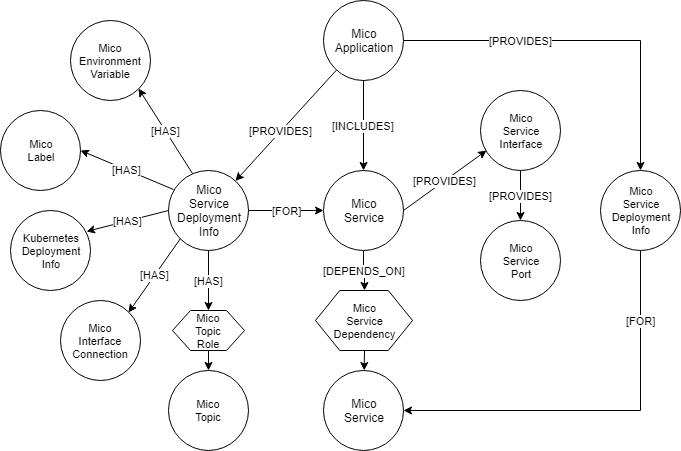
Before: res/MICO-NodesAndRelationships.png, a diagram exported from draw.io (UST-MICO/docs). Source tidied: cells renumbered, new cells last; positions are measured from the earlier drawing's top-left corner, leaving out a move shared by most shapes. Its diagram source:
```xml
<mxGraphModel>
  <root>
    <mxCell id="0" />
    <mxCell id="1" parent="0" />
    <mxCell id="2" value="[PROVIDES]" style="rounded=0;jettySize=auto;html=1;fontSize=11;" parent="1" edge="1" source="3" target="4">
      <mxGeometry x="0.1" y="-1" relative="1" as="geometry">
        <mxPoint y="1" as="offset" />
      </mxGeometry>
    </mxCell>
    <mxCell id="3" value="Mico&lt;br&gt;Application" style="ellipse;whiteSpace=wrap;html=1;" parent="1" vertex="1">
      <mxGeometry x="323" width="80" height="80" as="geometry" />
    </mxCell>
    <mxCell id="4" value="Mico&lt;br&gt;Service&lt;br&gt;Deployment&lt;br&gt;Info&lt;br&gt;" style="ellipse;whiteSpace=wrap;html=1;" parent="1" vertex="1">
      <mxGeometry x="168" y="170" width="80" height="80" as="geometry" />
    </mxCell>
    <mxCell id="5" value="[INCLUDES]&lt;br&gt;" style="endArrow=classic;html=1;entryX=0.5;entryY=0;entryDx=0;entryDy=0;exitX=0.5;exitY=1;exitDx=0;exitDy=0;" parent="1" edge="1" source="3" target="7">
      <mxGeometry relative="1" as="geometry" />
    </mxCell>
    <mxCell id="6" value="&lt;br style=&quot;font-size: 11px&quot;&gt;" style="rounded=0;jettySize=auto;html=1;fontSize=11;exitX=0.5;exitY=1;exitDx=0;exitDy=0;" parent="1" edge="1" source="20" target="8">
      <mxGeometry relative="1" as="geometry" />
    </mxCell>
    <mxCell id="7" value="Mico&lt;br&gt;Service&lt;br&gt;" style="ellipse;whiteSpace=wrap;html=1;" parent="1" vertex="1">
      <mxGeometry x="323" y="170" width="80" height="80" as="geometry" />
    </mxCell>
    <mxCell id="8" value="Mico&lt;br&gt;Service&lt;br&gt;" style="ellipse;whiteSpace=wrap;html=1;" parent="1" vertex="1">
      <mxGeometry x="323" y="370" width="80" height="80" as="geometry" />
    </mxCell>
    <mxCell id="9" value="Mico&lt;br&gt;Service&lt;br&gt;Deployment&lt;br&gt;Info&lt;br&gt;" style="ellipse;whiteSpace=wrap;html=1;fontSize=11;" parent="1" vertex="1">
      <mxGeometry x="600" y="170" width="80" height="80" as="geometry" />
    </mxCell>
    <mxCell id="10" value="[PROVIDES]&lt;br&gt;" style="endArrow=classic;html=1;fontSize=11;edgeStyle=orthogonalEdgeStyle;exitX=1;exitY=0.5;exitDx=0;exitDy=0;rounded=0;entryX=0.5;entryY=0;entryDx=0;entryDy=0;" parent="1" edge="1" source="3" target="9">
      <mxGeometry x="-0.36" relative="1" as="geometry" />
    </mxCell>
    <mxCell id="11" value="[FOR]" style="endArrow=classic;html=1;fontSize=11;entryX=0;entryY=0.5;entryDx=0;entryDy=0;exitX=1;exitY=0.5;exitDx=0;exitDy=0;" parent="1" edge="1" source="4" target="7">
      <mxGeometry relative="1" as="geometry" />
    </mxCell>
    <mxCell id="12" value="[FOR]" style="endArrow=classic;html=1;fontSize=11;exitX=0.5;exitY=1;exitDx=0;exitDy=0;entryX=1;entryY=0.5;entryDx=0;entryDy=0;edgeStyle=orthogonalEdgeStyle;rounded=0;" parent="1" edge="1" source="9" target="8">
      <mxGeometry x="-0.65" relative="1" as="geometry" />
    </mxCell>
    <mxCell id="13" value="Mico&lt;br&gt;Environment&lt;br&gt;Variable&lt;br&gt;" style="ellipse;whiteSpace=wrap;html=1;fontSize=11;" parent="1" vertex="1">
      <mxGeometry x="70" y="20" width="80" height="80" as="geometry" />
    </mxCell>
    <mxCell id="14" value="[HAS]" style="endArrow=classic;html=1;fontSize=11;exitX=0.3;exitY=0.038;exitDx=0;exitDy=0;entryX=1;entryY=1;entryDx=0;entryDy=0;exitPerimeter=0;" parent="1" edge="1" source="4" target="13">
      <mxGeometry relative="1" as="geometry" />
    </mxCell>
    <mxCell id="15" value="Mico&lt;br&gt;Label&lt;br&gt;" style="ellipse;whiteSpace=wrap;html=1;fontSize=11;" parent="1" vertex="1">
      <mxGeometry y="110" width="80" height="80" as="geometry" />
    </mxCell>
    <mxCell id="16" value="[HAS]" style="endArrow=classic;html=1;fontSize=11;exitX=0.063;exitY=0.238;exitDx=0;exitDy=0;entryX=1;entryY=0.5;entryDx=0;entryDy=0;exitPerimeter=0;" parent="1" edge="1" source="4" target="15">
      <mxGeometry relative="1" as="geometry" />
    </mxCell>
    <mxCell id="17" value="Mico&lt;br&gt;Topic&lt;br&gt;" style="ellipse;whiteSpace=wrap;html=1;fontSize=11;" parent="1" vertex="1">
      <mxGeometry x="168" y="370" width="80" height="80" as="geometry" />
    </mxCell>
    <mxCell id="18" style="endArrow=classic;html=1;fontSize=11;exitX=0.5;exitY=1;exitDx=0;exitDy=0;entryX=0.5;entryY=0;entryDx=0;entryDy=0;" parent="1" edge="1" source="21" target="17">
      <mxGeometry relative="1" as="geometry" />
    </mxCell>
    <mxCell id="19" value="[DEPENDS_ON]&lt;br style=&quot;font-size: 11px;&quot;&gt;" style="edgeStyle=orthogonalEdgeStyle;rounded=0;jettySize=auto;html=1;fontSize=11;entryX=0.5;entryY=0;entryDx=0;entryDy=0;" parent="1" edge="1" source="7" target="20">
      <mxGeometry relative="1" as="geometry" />
    </mxCell>
    <mxCell id="20" value="Mico&lt;br&gt;Service&lt;br&gt;Dependency&lt;br&gt;" style="shape=hexagon;perimeter=hexagonPerimeter2;whiteSpace=wrap;html=1;fontSize=11;" parent="1" vertex="1">
      <mxGeometry x="315" y="290" width="97" height="60" as="geometry" />
    </mxCell>
    <mxCell id="21" value="Mico&lt;br&gt;Topic&lt;br&gt;Role&lt;br&gt;" style="shape=hexagon;perimeter=hexagonPerimeter2;whiteSpace=wrap;html=1;fontSize=11;rounded=0;shadow=0;comic=0;gradientColor=none;" parent="1" vertex="1">
      <mxGeometry x="172" y="310" width="72" height="40" as="geometry" />
    </mxCell>
    <mxCell id="22" value="[HAS]" style="endArrow=classic;html=1;fontSize=11;exitX=0.5;exitY=1;exitDx=0;exitDy=0;entryX=0.5;entryY=0;entryDx=0;entryDy=0;" parent="1" edge="1" source="4" target="21">
      <mxGeometry relative="1" as="geometry" />
    </mxCell>
    <mxCell id="23" value="Mico&lt;br&gt;Service&lt;br&gt;Interface&lt;br&gt;" style="ellipse;whiteSpace=wrap;html=1;rounded=0;shadow=0;comic=0;gradientColor=none;fontSize=11;" parent="1" vertex="1">
      <mxGeometry x="480" y="90" width="80" height="80" as="geometry" />
    </mxCell>
    <mxCell id="24" value="[PROVIDES]" style="endArrow=classic;html=1;fontSize=11;exitX=1;exitY=0.5;exitDx=0;exitDy=0;" parent="1" edge="1" source="7">
      <mxGeometry relative="1" as="geometry">
        <mxPoint x="486" y="150" as="targetPoint" />
      </mxGeometry>
    </mxCell>
    <mxCell id="25" value="Mico&lt;br&gt;Service&lt;br&gt;Port" style="ellipse;whiteSpace=wrap;html=1;rounded=0;shadow=0;comic=0;gradientColor=none;fontSize=11;" parent="1" vertex="1">
      <mxGeometry x="480" y="220" width="80" height="80" as="geometry" />
    </mxCell>
    <mxCell id="26" value="[PROVIDES]" style="endArrow=classic;html=1;fontSize=11;entryX=0.5;entryY=0;entryDx=0;entryDy=0;exitX=0.5;exitY=1;exitDx=0;exitDy=0;" parent="1" edge="1" source="23" target="25">
      <mxGeometry relative="1" as="geometry" />
    </mxCell>
    <mxCell id="27" value="Kubernetes&lt;br&gt;Deployment&lt;br&gt;Info&lt;br&gt;" style="ellipse;whiteSpace=wrap;html=1;rounded=0;shadow=0;comic=0;gradientColor=none;fontSize=11;" parent="1" vertex="1">
      <mxGeometry x="10" y="210" width="80" height="80" as="geometry" />
    </mxCell>
    <mxCell id="28" value="Mico&lt;br&gt;Interface&lt;br&gt;Connection&lt;br&gt;" style="ellipse;whiteSpace=wrap;html=1;rounded=0;shadow=0;comic=0;gradientColor=none;fontSize=11;" parent="1" vertex="1">
      <mxGeometry x="60" y="300" width="80" height="80" as="geometry" />
    </mxCell>
    <mxCell id="29" value="[HAS]" style="endArrow=classic;html=1;fontSize=11;entryX=0.95;entryY=0.263;entryDx=0;entryDy=0;entryPerimeter=0;exitX=0;exitY=0.5;exitDx=0;exitDy=0;" parent="1" edge="1" source="4" target="27">
      <mxGeometry relative="1" as="geometry" />
    </mxCell>
    <mxCell id="30" value="[HAS]" style="endArrow=classic;html=1;fontSize=11;exitX=0;exitY=1;exitDx=0;exitDy=0;entryX=1;entryY=0;entryDx=0;entryDy=0;" parent="1" edge="1" source="4" target="28">
      <mxGeometry relative="1" as="geometry" />
    </mxCell>
  </root>
</mxGraphModel>
```
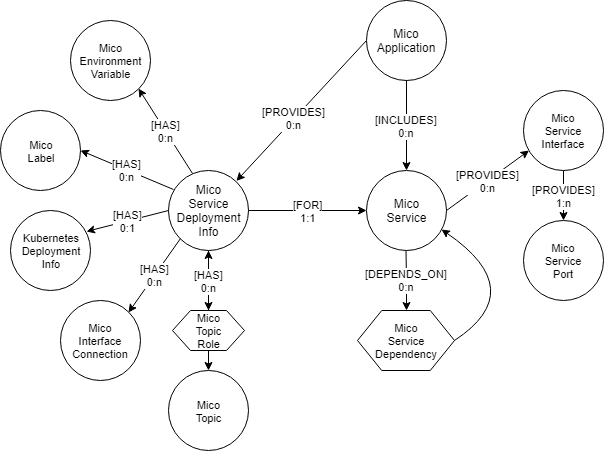
Above is the later version.

Commit message:
Add cardinalities to the diagram about nodes and relationships

The edit, as a diff of the source:
```diff
@@ -2,51 +2,37 @@
   <root>
     <mxCell id="0" />
     <mxCell id="1" parent="0" />
-    <mxCell id="2" value="[PROVIDES]" style="rounded=0;jettySize=auto;html=1;fontSize=11;" parent="1" edge="1" source="3" target="4">
+    <mxCell id="2" value="[PROVIDES]&lt;br&gt;0:n&lt;br&gt;" style="rounded=0;jettySize=auto;html=1;fontSize=11;exitX=0;exitY=0.5;exitDx=0;exitDy=0;" parent="1" edge="1" source="3">
       <mxGeometry x="0.1" y="-1" relative="1" as="geometry">
+        <mxPoint x="236" y="180.4" as="targetPoint" />
         <mxPoint y="1" as="offset" />
       </mxGeometry>
     </mxCell>
     <mxCell id="3" value="Mico&lt;br&gt;Application" style="ellipse;whiteSpace=wrap;html=1;" parent="1" vertex="1">
-      <mxGeometry x="323" width="80" height="80" as="geometry" />
+      <mxGeometry x="365.5" width="80" height="80" as="geometry" />
     </mxCell>
     <mxCell id="4" value="Mico&lt;br&gt;Service&lt;br&gt;Deployment&lt;br&gt;Info&lt;br&gt;" style="ellipse;whiteSpace=wrap;html=1;" parent="1" vertex="1">
       <mxGeometry x="168" y="170" width="80" height="80" as="geometry" />
     </mxCell>
-    <mxCell id="5" value="[INCLUDES]&lt;br&gt;" style="endArrow=classic;html=1;entryX=0.5;entryY=0;entryDx=0;entryDy=0;exitX=0.5;exitY=1;exitDx=0;exitDy=0;" parent="1" edge="1" source="3" target="7">
+    <mxCell id="5" value="[INCLUDES]&lt;br&gt;0:n&lt;br&gt;" style="endArrow=classic;html=1;entryX=0.5;entryY=0;entryDx=0;entryDy=0;exitX=0.5;exitY=1;exitDx=0;exitDy=0;" parent="1" edge="1" source="3" target="7">
       <mxGeometry relative="1" as="geometry" />
     </mxCell>
-    <mxCell id="6" value="&lt;br style=&quot;font-size: 11px&quot;&gt;" style="rounded=0;jettySize=auto;html=1;fontSize=11;exitX=0.5;exitY=1;exitDx=0;exitDy=0;" parent="1" edge="1" source="20" target="8">
-      <mxGeometry relative="1" as="geometry" />
-    </mxCell>
     <mxCell id="7" value="Mico&lt;br&gt;Service&lt;br&gt;" style="ellipse;whiteSpace=wrap;html=1;" parent="1" vertex="1">
-      <mxGeometry x="323" y="170" width="80" height="80" as="geometry" />
+      <mxGeometry x="365.5" y="170" width="80" height="80" as="geometry" />
     </mxCell>
-    <mxCell id="8" value="Mico&lt;br&gt;Service&lt;br&gt;" style="ellipse;whiteSpace=wrap;html=1;" parent="1" vertex="1">
-      <mxGeometry x="323" y="370" width="80" height="80" as="geometry" />
-    </mxCell>
-    <mxCell id="9" value="Mico&lt;br&gt;Service&lt;br&gt;Deployment&lt;br&gt;Info&lt;br&gt;" style="ellipse;whiteSpace=wrap;html=1;fontSize=11;" parent="1" vertex="1">
-      <mxGeometry x="600" y="170" width="80" height="80" as="geometry" />
-    </mxCell>
-    <mxCell id="10" value="[PROVIDES]&lt;br&gt;" style="endArrow=classic;html=1;fontSize=11;edgeStyle=orthogonalEdgeStyle;exitX=1;exitY=0.5;exitDx=0;exitDy=0;rounded=0;entryX=0.5;entryY=0;entryDx=0;entryDy=0;" parent="1" edge="1" source="3" target="9">
-      <mxGeometry x="-0.36" relative="1" as="geometry" />
-    </mxCell>
-    <mxCell id="11" value="[FOR]" style="endArrow=classic;html=1;fontSize=11;entryX=0;entryY=0.5;entryDx=0;entryDy=0;exitX=1;exitY=0.5;exitDx=0;exitDy=0;" parent="1" edge="1" source="4" target="7">
+    <mxCell id="11" value="[FOR]&lt;br&gt;1:1&lt;br&gt;" style="endArrow=classic;html=1;fontSize=11;entryX=0;entryY=0.5;entryDx=0;entryDy=0;exitX=1;exitY=0.5;exitDx=0;exitDy=0;" parent="1" edge="1" source="4" target="7">
       <mxGeometry relative="1" as="geometry" />
     </mxCell>
-    <mxCell id="12" value="[FOR]" style="endArrow=classic;html=1;fontSize=11;exitX=0.5;exitY=1;exitDx=0;exitDy=0;entryX=1;entryY=0.5;entryDx=0;entryDy=0;edgeStyle=orthogonalEdgeStyle;rounded=0;" parent="1" edge="1" source="9" target="8">
-      <mxGeometry x="-0.65" relative="1" as="geometry" />
-    </mxCell>
     <mxCell id="13" value="Mico&lt;br&gt;Environment&lt;br&gt;Variable&lt;br&gt;" style="ellipse;whiteSpace=wrap;html=1;fontSize=11;" parent="1" vertex="1">
       <mxGeometry x="70" y="20" width="80" height="80" as="geometry" />
     </mxCell>
-    <mxCell id="14" value="[HAS]" style="endArrow=classic;html=1;fontSize=11;exitX=0.3;exitY=0.038;exitDx=0;exitDy=0;entryX=1;entryY=1;entryDx=0;entryDy=0;exitPerimeter=0;" parent="1" edge="1" source="4" target="13">
+    <mxCell id="14" value="[HAS]&lt;br&gt;0:n&lt;br&gt;" style="endArrow=classic;html=1;fontSize=11;exitX=0.3;exitY=0.038;exitDx=0;exitDy=0;entryX=1;entryY=1;entryDx=0;entryDy=0;exitPerimeter=0;" parent="1" edge="1" source="4" target="13">
       <mxGeometry relative="1" as="geometry" />
     </mxCell>
     <mxCell id="15" value="Mico&lt;br&gt;Label&lt;br&gt;" style="ellipse;whiteSpace=wrap;html=1;fontSize=11;" parent="1" vertex="1">
       <mxGeometry y="110" width="80" height="80" as="geometry" />
     </mxCell>
-    <mxCell id="16" value="[HAS]" style="endArrow=classic;html=1;fontSize=11;exitX=0.063;exitY=0.238;exitDx=0;exitDy=0;entryX=1;entryY=0.5;entryDx=0;entryDy=0;exitPerimeter=0;" parent="1" edge="1" source="4" target="15">
+    <mxCell id="16" value="[HAS]&lt;br&gt;0:n&lt;br&gt;" style="endArrow=classic;html=1;fontSize=11;exitX=0.063;exitY=0.238;exitDx=0;exitDy=0;entryX=1;entryY=0.5;entryDx=0;entryDy=0;exitPerimeter=0;" parent="1" edge="1" source="4" target="15">
       <mxGeometry relative="1" as="geometry" />
     </mxCell>
     <mxCell id="17" value="Mico&lt;br&gt;Topic&lt;br&gt;" style="ellipse;whiteSpace=wrap;html=1;fontSize=11;" parent="1" vertex="1">
@@ -55,30 +41,33 @@
     <mxCell id="18" style="endArrow=classic;html=1;fontSize=11;exitX=0.5;exitY=1;exitDx=0;exitDy=0;entryX=0.5;entryY=0;entryDx=0;entryDy=0;" parent="1" edge="1" source="21" target="17">
       <mxGeometry relative="1" as="geometry" />
     </mxCell>
-    <mxCell id="19" value="[DEPENDS_ON]&lt;br style=&quot;font-size: 11px;&quot;&gt;" style="edgeStyle=orthogonalEdgeStyle;rounded=0;jettySize=auto;html=1;fontSize=11;entryX=0.5;entryY=0;entryDx=0;entryDy=0;" parent="1" edge="1" source="7" target="20">
+    <mxCell id="19" value="[DEPENDS_ON]&lt;br&gt;0:n&lt;br style=&quot;font-size: 11px&quot;&gt;" style="edgeStyle=orthogonalEdgeStyle;rounded=0;jettySize=auto;html=1;fontSize=11;entryX=0.5;entryY=0;entryDx=0;entryDy=0;" parent="1" edge="1" source="7" target="20">
       <mxGeometry relative="1" as="geometry" />
     </mxCell>
     <mxCell id="20" value="Mico&lt;br&gt;Service&lt;br&gt;Dependency&lt;br&gt;" style="shape=hexagon;perimeter=hexagonPerimeter2;whiteSpace=wrap;html=1;fontSize=11;" parent="1" vertex="1">
-      <mxGeometry x="315" y="290" width="97" height="60" as="geometry" />
+      <mxGeometry x="357" y="310" width="97" height="60" as="geometry" />
     </mxCell>
+    <mxCell id="31" style="edgeStyle=orthogonalEdgeStyle;rounded=0;jettySize=auto;html=1;" parent="1" edge="1" source="21" target="4">
+      <mxGeometry relative="1" as="geometry" />
+    </mxCell>
     <mxCell id="21" value="Mico&lt;br&gt;Topic&lt;br&gt;Role&lt;br&gt;" style="shape=hexagon;perimeter=hexagonPerimeter2;whiteSpace=wrap;html=1;fontSize=11;rounded=0;shadow=0;comic=0;gradientColor=none;" parent="1" vertex="1">
       <mxGeometry x="172" y="310" width="72" height="40" as="geometry" />
     </mxCell>
-    <mxCell id="22" value="[HAS]" style="endArrow=classic;html=1;fontSize=11;exitX=0.5;exitY=1;exitDx=0;exitDy=0;entryX=0.5;entryY=0;entryDx=0;entryDy=0;" parent="1" edge="1" source="4" target="21">
+    <mxCell id="22" value="[HAS]&lt;br&gt;0:n&lt;br&gt;" style="endArrow=classic;html=1;fontSize=11;exitX=0.5;exitY=1;exitDx=0;exitDy=0;entryX=0.5;entryY=0;entryDx=0;entryDy=0;" parent="1" edge="1" source="4" target="21">
       <mxGeometry relative="1" as="geometry" />
     </mxCell>
     <mxCell id="23" value="Mico&lt;br&gt;Service&lt;br&gt;Interface&lt;br&gt;" style="ellipse;whiteSpace=wrap;html=1;rounded=0;shadow=0;comic=0;gradientColor=none;fontSize=11;" parent="1" vertex="1">
-      <mxGeometry x="480" y="90" width="80" height="80" as="geometry" />
+      <mxGeometry x="522.5" y="90" width="80" height="80" as="geometry" />
     </mxCell>
-    <mxCell id="24" value="[PROVIDES]" style="endArrow=classic;html=1;fontSize=11;exitX=1;exitY=0.5;exitDx=0;exitDy=0;" parent="1" edge="1" source="7">
+    <mxCell id="24" value="[PROVIDES]&lt;br&gt;0:n&lt;br&gt;" style="endArrow=classic;html=1;fontSize=11;exitX=1;exitY=0.5;exitDx=0;exitDy=0;" parent="1" edge="1" source="7">
       <mxGeometry relative="1" as="geometry">
-        <mxPoint x="486" y="150" as="targetPoint" />
+        <mxPoint x="528.5" y="150" as="targetPoint" />
       </mxGeometry>
     </mxCell>
     <mxCell id="25" value="Mico&lt;br&gt;Service&lt;br&gt;Port" style="ellipse;whiteSpace=wrap;html=1;rounded=0;shadow=0;comic=0;gradientColor=none;fontSize=11;" parent="1" vertex="1">
-      <mxGeometry x="480" y="220" width="80" height="80" as="geometry" />
+      <mxGeometry x="522.5" y="220" width="80" height="80" as="geometry" />
     </mxCell>
-    <mxCell id="26" value="[PROVIDES]" style="endArrow=classic;html=1;fontSize=11;entryX=0.5;entryY=0;entryDx=0;entryDy=0;exitX=0.5;exitY=1;exitDx=0;exitDy=0;" parent="1" edge="1" source="23" target="25">
+    <mxCell id="26" value="[PROVIDES]&lt;br&gt;1:n&lt;br&gt;" style="endArrow=classic;html=1;fontSize=11;entryX=0.5;entryY=0;entryDx=0;entryDy=0;exitX=0.5;exitY=1;exitDx=0;exitDy=0;" parent="1" edge="1" source="23" target="25">
       <mxGeometry relative="1" as="geometry" />
     </mxCell>
     <mxCell id="27" value="Kubernetes&lt;br&gt;Deployment&lt;br&gt;Info&lt;br&gt;" style="ellipse;whiteSpace=wrap;html=1;rounded=0;shadow=0;comic=0;gradientColor=none;fontSize=11;" parent="1" vertex="1">
@@ -87,11 +76,18 @@
     <mxCell id="28" value="Mico&lt;br&gt;Interface&lt;br&gt;Connection&lt;br&gt;" style="ellipse;whiteSpace=wrap;html=1;rounded=0;shadow=0;comic=0;gradientColor=none;fontSize=11;" parent="1" vertex="1">
       <mxGeometry x="60" y="300" width="80" height="80" as="geometry" />
     </mxCell>
-    <mxCell id="29" value="[HAS]" style="endArrow=classic;html=1;fontSize=11;entryX=0.95;entryY=0.263;entryDx=0;entryDy=0;entryPerimeter=0;exitX=0;exitY=0.5;exitDx=0;exitDy=0;" parent="1" edge="1" source="4" target="27">
+    <mxCell id="29" value="[HAS]&lt;br&gt;0:1&lt;br&gt;" style="endArrow=classic;html=1;fontSize=11;entryX=0.95;entryY=0.263;entryDx=0;entryDy=0;entryPerimeter=0;exitX=0;exitY=0.5;exitDx=0;exitDy=0;" parent="1" edge="1" source="4" target="27">
       <mxGeometry relative="1" as="geometry" />
     </mxCell>
-    <mxCell id="30" value="[HAS]" style="endArrow=classic;html=1;fontSize=11;exitX=0;exitY=1;exitDx=0;exitDy=0;entryX=1;entryY=0;entryDx=0;entryDy=0;" parent="1" edge="1" source="4" target="28">
+    <mxCell id="30" value="[HAS]&lt;br&gt;0:n&lt;br&gt;" style="endArrow=classic;html=1;fontSize=11;exitX=0;exitY=1;exitDx=0;exitDy=0;entryX=1;entryY=0;entryDx=0;entryDy=0;" parent="1" edge="1" source="4" target="28">
       <mxGeometry relative="1" as="geometry" />
     </mxCell>
+    <mxCell id="32" style="curved=1;endArrow=classic;html=1;exitX=1;exitY=0.5;exitDx=0;exitDy=0;entryX=0.94;entryY=0.742;entryDx=0;entryDy=0;entryPerimeter=0;" parent="1" edge="1" source="20" target="7">
+      <mxGeometry relative="1" as="geometry">
+        <Array as="points">
+          <mxPoint x="530" y="290" />
+        </Array>
+      </mxGeometry>
+    </mxCell>
   </root>
 </mxGraphModel>
```
